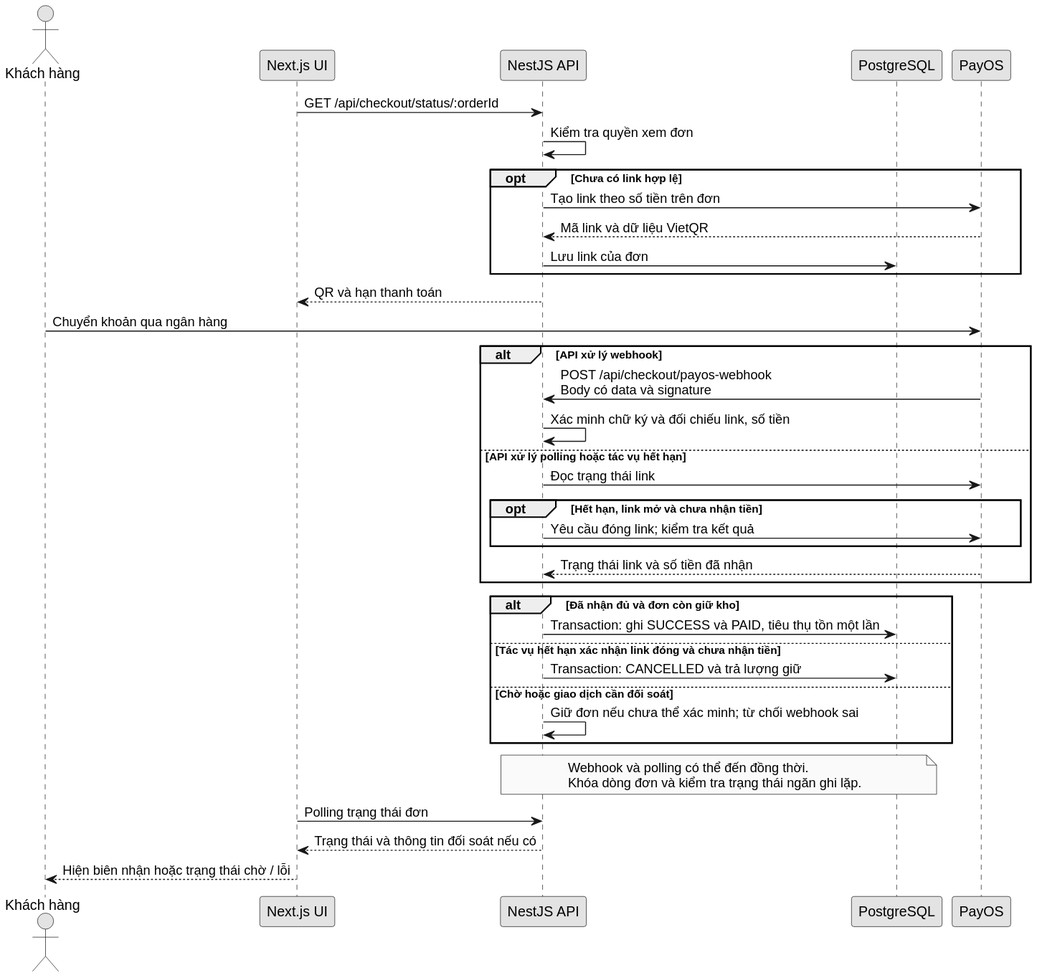
The PlantUML diagram docs/diagrams/sequence-payos-webhook.svg in PhucTruong11/brewlite-assignment2, before a commit.
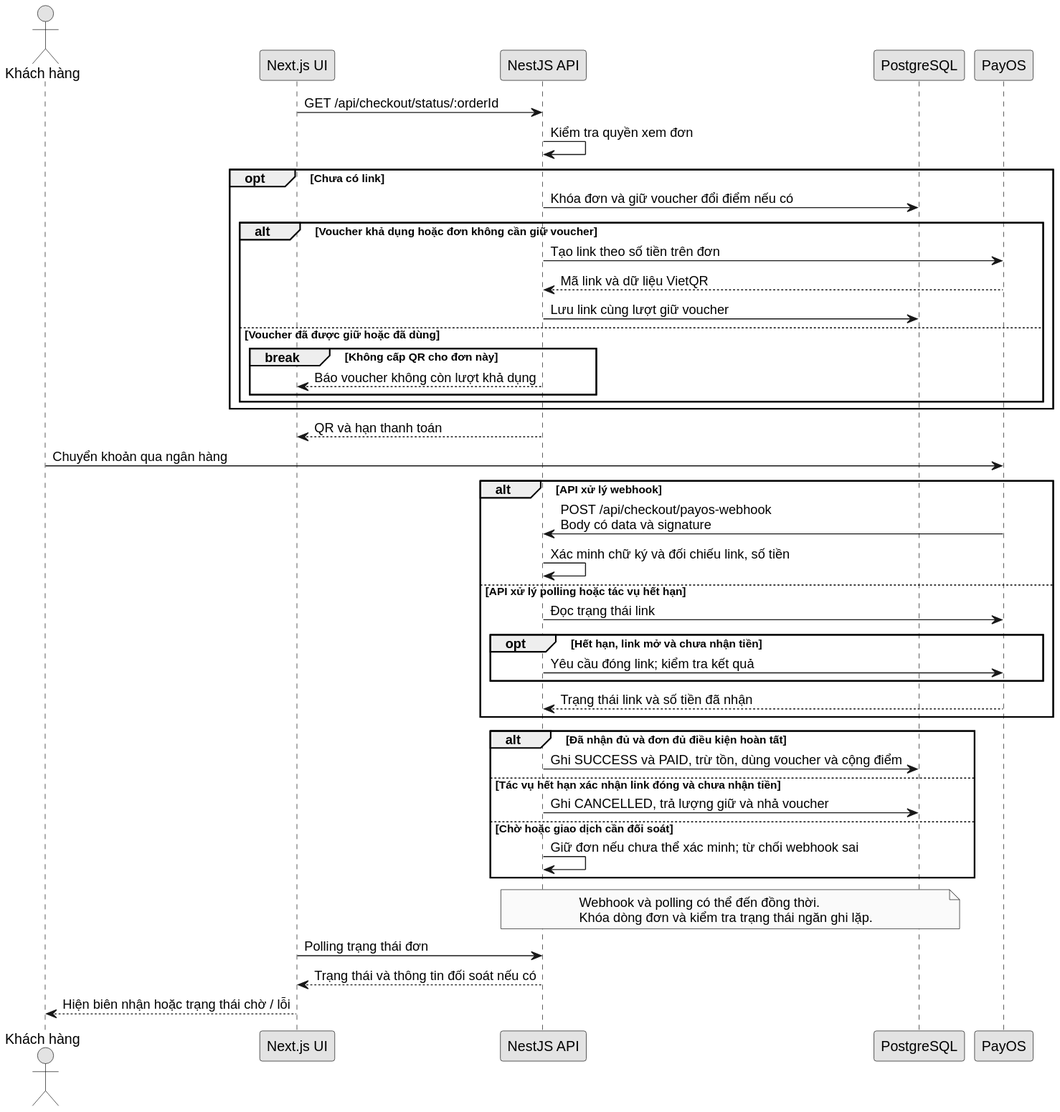
The same diagram one commit later.

Change to the diagram source:
```diff
@@ -10,10 +10,17 @@
 participant "PayOS" as PayOS
 UI -> API: GET /api/checkout/status/:orderId
 API -> API: Kiểm tra quyền xem đơn
-opt Chưa có link hợp lệ
-  API -> PayOS: Tạo link theo số tiền trên đơn
-  PayOS --> API: Mã link và dữ liệu VietQR
-  API -> DB: Lưu link của đơn
+opt Chưa có link
+  API -> DB: Khóa đơn và giữ voucher đổi điểm nếu có
+  alt Voucher khả dụng hoặc đơn không cần giữ voucher
+    API -> PayOS: Tạo link theo số tiền trên đơn
+    PayOS --> API: Mã link và dữ liệu VietQR
+    API -> DB: Lưu link cùng lượt giữ voucher
+  else Voucher đã được giữ hoặc đã dùng
+    break Không cấp QR cho đơn này
+      API --> UI: Báo voucher không còn lượt khả dụng
+    end
+  end
 end
 API --> UI: QR và hạn thanh toán
 Customer -> PayOS: Chuyển khoản qua ngân hàng
@@ -27,10 +34,10 @@
   end
   PayOS --> API: Trạng thái link và số tiền đã nhận
 end
-alt Đã nhận đủ và đơn còn giữ kho
-  API -> DB: Transaction: ghi SUCCESS và PAID, tiêu thụ tồn một lần
+alt Đã nhận đủ và đơn đủ điều kiện hoàn tất
+  API -> DB: Ghi SUCCESS và PAID, trừ tồn, dùng voucher và cộng điểm
 else Tác vụ hết hạn xác nhận link đóng và chưa nhận tiền
-  API -> DB: Transaction: CANCELLED và trả lượng giữ
+  API -> DB: Ghi CANCELLED, trả lượng giữ và nhả voucher
 else Chờ hoặc giao dịch cần đối soát
   API -> API: Giữ đơn nếu chưa thể xác minh; từ chối webhook sai
 end
```
